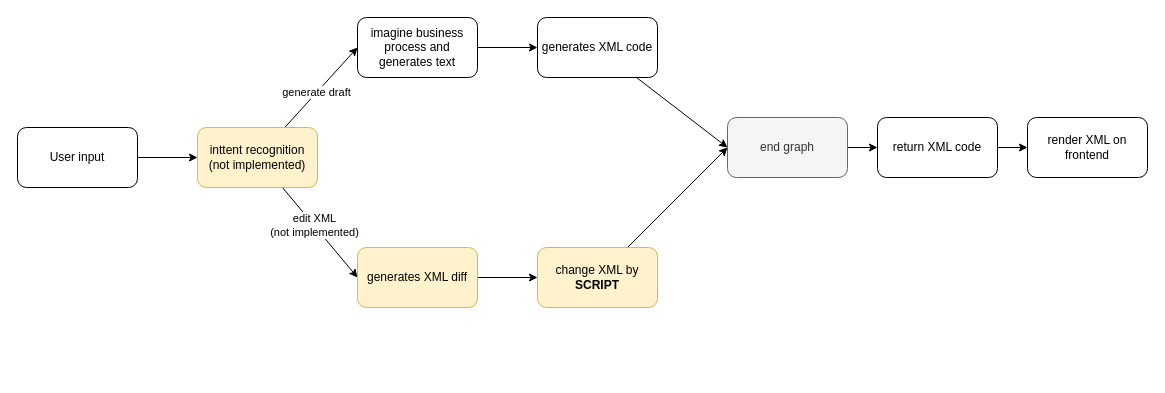
The draw.io diagram src/ai_generation/agent.drawio in PigStep/Vibe-BPMN-studio, before the edit. Source tidied: cells renumbered, new cells numbered last; positions are measured from the earlier drawing's top-left corner, leaving out a move shared by most shapes. Both pictures are drawn from the tidied source at 100%, with x=0, y=0 at pixel (17, 17).
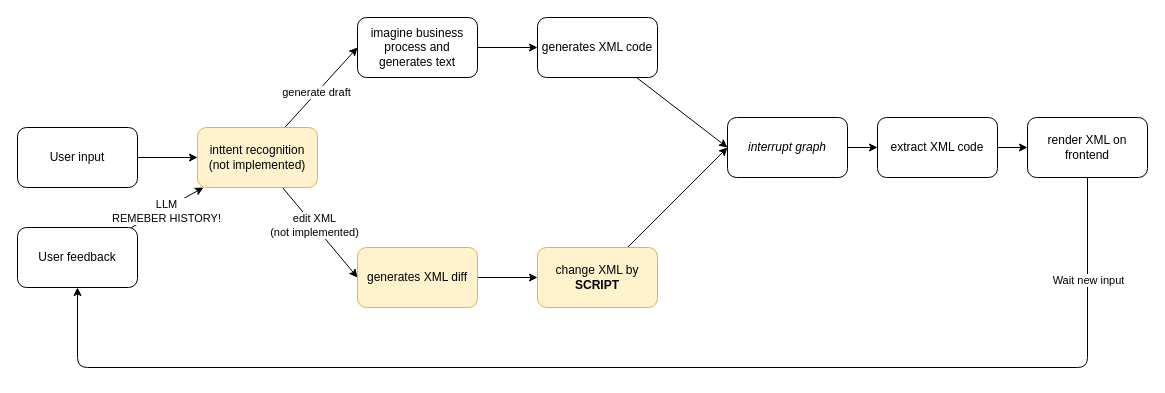
After the change.

The change refers to these unchanged cells:
```xml
<mxCell id="8" value="inttent recognition&lt;br&gt;(not implemented)" style="rounded=1;whiteSpace=wrap;html=1;fillColor=#fff2cc;strokeColor=#d6b656;" parent="1" vertex="1">
  <mxGeometry x="180" y="110" width="120" height="60" as="geometry" />
</mxCell>
<mxCell id="17" value="render XML on frontend" style="rounded=1;whiteSpace=wrap;html=1;" parent="1" vertex="1">
  <mxGeometry x="1010" y="100" width="120" height="60" as="geometry" />
</mxCell>
```

What changed in the source:
```diff
@@
-    <mxCell id="16" value="return XML code" style="rounded=1;whiteSpace=wrap;html=1;" parent="1" vertex="1">
+    <mxCell id="16" value="extract XML code" style="rounded=1;whiteSpace=wrap;html=1;" parent="1" vertex="1">
       <mxGeometry x="860" y="100" width="120" height="60" as="geometry" />
     </mxCell>
+    <mxCell id="22" style="edgeStyle=none;html=1;entryX=0.5;entryY=1;entryDx=0;entryDy=0;" parent="1" edge="1" source="17" target="26">
+      <mxGeometry relative="1" as="geometry">
+        <Array as="points">
+          <mxPoint x="1070" y="350" />
+          <mxPoint x="60" y="350" />
+        </Array>
+      </mxGeometry>
+    </mxCell>
+    <mxCell id="23" value="Wait new input" style="edgeLabel;html=1;align=center;verticalAlign=middle;" parent="22" vertex="1">
+      <mxGeometry x="-0.84" relative="1" as="geometry" />
+    </mxCell>
@@
-    <mxCell id="21" value="end graph" style="rounded=1;whiteSpace=wrap;html=1;fillColor=#f5f5f5;strokeColor=#666666;fontColor=#333333;" parent="1" vertex="1">
+    <mxCell id="21" value="&lt;font style=&quot;&quot;&gt;&lt;i&gt;interrupt graph&lt;/i&gt;&lt;/font&gt;" style="rounded=1;whiteSpace=wrap;html=1;" parent="1" vertex="1">
       <mxGeometry x="710" y="100" width="120" height="60" as="geometry" />
     </mxCell>
+    <mxCell id="24" style="edgeStyle=none;html=1;" parent="1" edge="1" source="26" target="8">
+      <mxGeometry relative="1" as="geometry" />
+    </mxCell>
+    <mxCell id="25" value="LLM&lt;br&gt;REMEBER HISTORY!" style="edgeLabel;html=1;align=center;verticalAlign=middle;" parent="24" vertex="1">
+      <mxGeometry x="-0.08" y="-2" relative="1" as="geometry" />
+    </mxCell>
+    <mxCell id="26" value="User feedback" style="rounded=1;whiteSpace=wrap;html=1;" parent="1" vertex="1">
+      <mxGeometry y="210" width="120" height="60" as="geometry" />
+    </mxCell>
```
